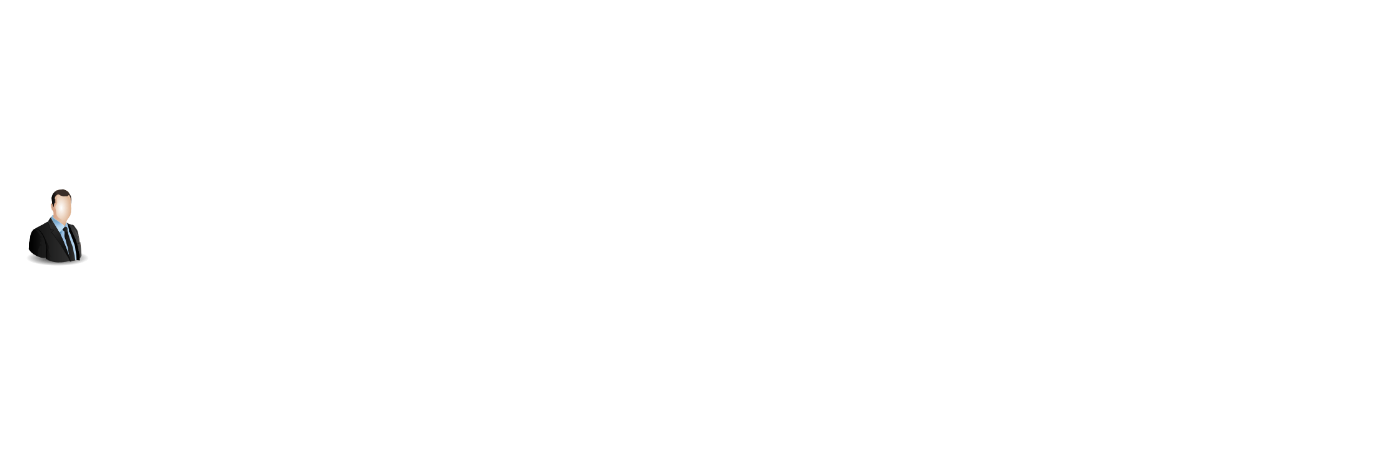
LuOyEbY/draw-b keeps this draw.io diagram as AI双呼需求.drawio. Above is the earlier version. Source tidied: cells renumbered, new cells numbered last; positions are measured from the earlier drawing's top-left corner, leaving out a move shared by most shapes. Both pictures are drawn from the tidied source at 100%, with x=0, y=0 at pixel (17, 187).
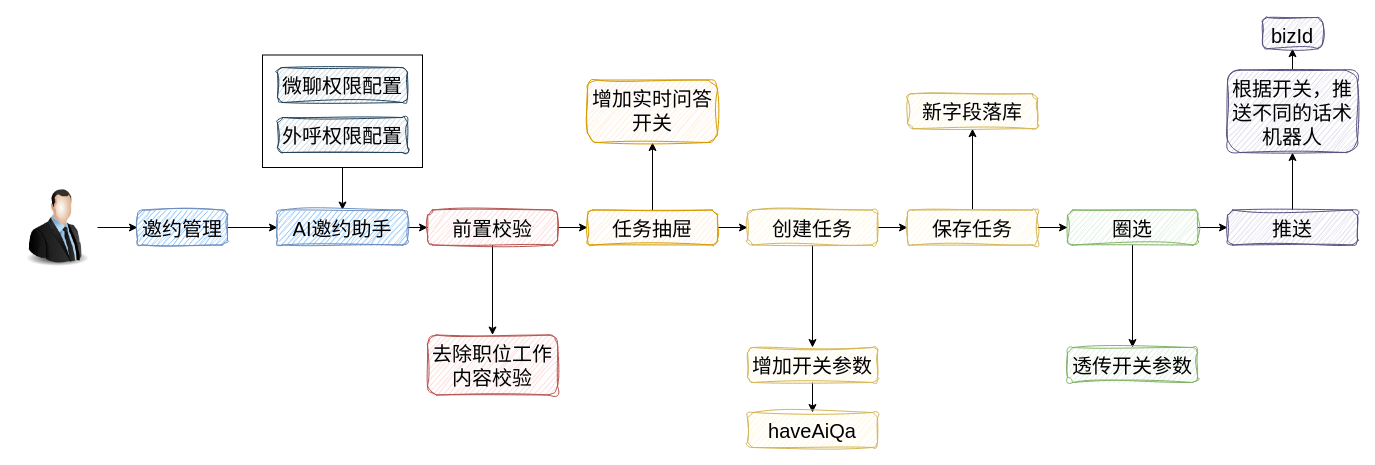
The same diagram, later.

Commit message:
更新AI双呼需求.drawio

The change refers to these unchanged cells:
```xml
<mxCell id="2" style="image;html=1;image=img/lib/clip_art/people/Suit_Man_128x128.png;" parent="1" vertex="1">
  <mxGeometry width="80" height="80" as="geometry" />
</mxCell>
```

The edit, as a diff of the source:
```diff
@@
+    <mxCell id="3" style="edgeStyle=orthogonalEdgeStyle;rounded=0;jettySize=auto;html=1;entryX=0.5;entryY=0;entryDx=0;entryDy=0;" parent="1" edge="1" source="4" target="9">
+      <mxGeometry relative="1" as="geometry" />
+    </mxCell>
+    <mxCell id="4" style="rounded=0;whiteSpace=wrap;html=1;" parent="1" vertex="1">
+      <mxGeometry x="245" y="-132.5" width="160" height="112.5" as="geometry" />
+    </mxCell>
+    <mxCell id="5" style="edgeStyle=orthogonalEdgeStyle;rounded=0;jettySize=auto;html=1;" parent="1" edge="1" source="2" target="7">
+      <mxGeometry relative="1" as="geometry" />
+    </mxCell>
@@
+    <mxCell id="6" style="edgeStyle=orthogonalEdgeStyle;rounded=0;jettySize=auto;html=1;" parent="1" edge="1" source="7" target="9">
+      <mxGeometry relative="1" as="geometry" />
+    </mxCell>
+    <mxCell id="7" value="邀约管理" style="rounded=1;whiteSpace=wrap;html=1;verticalAlign=top;labelBackgroundColor=none;fontSize=20;glass=0;shadow=0;sketch=1;curveFitting=1;jiggle=2;fillColor=#66B2FF;strokeColor=#6c8ebf;" parent="1" vertex="1">
+      <mxGeometry x="120" y="22.5" width="90" height="35" as="geometry" />
+    </mxCell>
+    <mxCell id="8" style="edgeStyle=orthogonalEdgeStyle;rounded=0;jettySize=auto;html=1;" parent="1" edge="1" source="9" target="14">
+      <mxGeometry relative="1" as="geometry" />
+    </mxCell>
+    <mxCell id="9" value="AI邀约助手" style="rounded=1;whiteSpace=wrap;html=1;verticalAlign=top;labelBackgroundColor=none;fontSize=20;glass=0;shadow=0;sketch=1;curveFitting=1;jiggle=2;fillColor=#66B2FF;strokeColor=#6c8ebf;" parent="1" vertex="1">
+      <mxGeometry x="260" y="22.5" width="130" height="35" as="geometry" />
+    </mxCell>
+    <mxCell id="10" value="微聊权限配置" style="rounded=1;whiteSpace=wrap;html=1;verticalAlign=top;labelBackgroundColor=none;fontSize=20;glass=0;shadow=0;sketch=1;curveFitting=1;jiggle=2;fillColor=#bac8d3;strokeColor=#23445d;" parent="1" vertex="1">
+      <mxGeometry x="260" y="-120" width="130" height="35" as="geometry" />
+    </mxCell>
+    <mxCell id="11" value="外呼权限配置" style="rounded=1;whiteSpace=wrap;html=1;verticalAlign=top;labelBackgroundColor=none;fontSize=20;glass=0;shadow=0;sketch=1;curveFitting=1;jiggle=2;fillColor=#bac8d3;strokeColor=#23445d;" parent="1" vertex="1">
+      <mxGeometry x="260" y="-70" width="130" height="35" as="geometry" />
+    </mxCell>
+    <mxCell id="12" style="edgeStyle=orthogonalEdgeStyle;rounded=0;jettySize=auto;html=1;" parent="1" edge="1" source="14" target="17">
+      <mxGeometry relative="1" as="geometry" />
+    </mxCell>
+    <mxCell id="13" style="edgeStyle=orthogonalEdgeStyle;rounded=0;jettySize=auto;html=1;" parent="1" edge="1" source="14" target="21">
+      <mxGeometry relative="1" as="geometry" />
+    </mxCell>
+    <mxCell id="14" value="前置校验" style="rounded=1;whiteSpace=wrap;html=1;verticalAlign=top;labelBackgroundColor=none;fontSize=20;glass=0;shadow=0;sketch=1;curveFitting=1;jiggle=2;fillColor=#f8cecc;strokeColor=#b85450;" parent="1" vertex="1">
+      <mxGeometry x="410" y="22.5" width="130" height="35" as="geometry" />
+    </mxCell>
+    <mxCell id="15" style="edgeStyle=orthogonalEdgeStyle;rounded=0;jettySize=auto;html=1;" parent="1" edge="1" source="17" target="20">
+      <mxGeometry relative="1" as="geometry" />
+    </mxCell>
+    <mxCell id="16" style="edgeStyle=orthogonalEdgeStyle;rounded=0;jettySize=auto;html=1;" parent="1" edge="1" source="17" target="22">
+      <mxGeometry relative="1" as="geometry" />
+    </mxCell>
+    <mxCell id="17" value="任务抽屉" style="rounded=1;whiteSpace=wrap;html=1;verticalAlign=top;labelBackgroundColor=none;fontSize=20;glass=0;shadow=0;sketch=1;curveFitting=1;jiggle=2;fillColor=#ffe6cc;strokeColor=#d79b00;" parent="1" vertex="1">
+      <mxGeometry x="570" y="22.5" width="130" height="35" as="geometry" />
+    </mxCell>
+    <mxCell id="18" style="edgeStyle=orthogonalEdgeStyle;rounded=0;jettySize=auto;html=1;" parent="1" edge="1" source="20" target="24">
+      <mxGeometry relative="1" as="geometry" />
+    </mxCell>
+    <mxCell id="19" style="edgeStyle=orthogonalEdgeStyle;rounded=0;jettySize=auto;html=1;" parent="1" edge="1" source="20" target="37">
+      <mxGeometry relative="1" as="geometry" />
+    </mxCell>
+    <mxCell id="20" value="创建任务" style="rounded=1;whiteSpace=wrap;html=1;verticalAlign=top;labelBackgroundColor=none;fontSize=20;glass=0;shadow=0;sketch=1;curveFitting=1;jiggle=2;fillColor=#fff2cc;strokeColor=#d6b656;" parent="1" vertex="1">
+      <mxGeometry x="730" y="22.5" width="130" height="35" as="geometry" />
+    </mxCell>
+    <mxCell id="21" value="去除职位工作内容校验" style="rounded=1;whiteSpace=wrap;html=1;verticalAlign=top;labelBackgroundColor=none;fontSize=20;glass=0;shadow=0;sketch=1;curveFitting=1;jiggle=2;fillColor=#f8cecc;strokeColor=#b85450;" parent="1" vertex="1">
+      <mxGeometry x="410" y="147.5" width="130" height="60" as="geometry" />
+    </mxCell>
+    <mxCell id="22" value="增加实时问答开关" style="rounded=1;whiteSpace=wrap;html=1;verticalAlign=top;labelBackgroundColor=none;fontSize=20;glass=0;shadow=0;sketch=1;curveFitting=1;jiggle=2;fillColor=#ffe6cc;strokeColor=#d79b00;" parent="1" vertex="1">
+      <mxGeometry x="570" y="-107.5" width="130" height="62.5" as="geometry" />
+    </mxCell>
+    <mxCell id="23" style="edgeStyle=orthogonalEdgeStyle;rounded=0;jettySize=auto;html=1;" parent="1" edge="1" source="24" target="34">
+      <mxGeometry relative="1" as="geometry" />
+    </mxCell>
+    <mxCell id="24" value="增加开关参数" style="rounded=1;whiteSpace=wrap;html=1;verticalAlign=top;labelBackgroundColor=none;fontSize=20;glass=0;shadow=0;sketch=1;curveFitting=1;jiggle=2;fillColor=#fff2cc;strokeColor=#d6b656;" parent="1" vertex="1">
+      <mxGeometry x="730" y="160" width="130" height="35" as="geometry" />
+    </mxCell>
+    <mxCell id="25" style="edgeStyle=orthogonalEdgeStyle;rounded=0;jettySize=auto;html=1;" parent="1" edge="1" source="27" target="29">
+      <mxGeometry relative="1" as="geometry" />
+    </mxCell>
+    <mxCell id="26" style="edgeStyle=orthogonalEdgeStyle;rounded=0;jettySize=auto;html=1;" parent="1" edge="1" source="27" target="30">
+      <mxGeometry relative="1" as="geometry" />
+    </mxCell>
+    <mxCell id="27" value="圈选" style="rounded=1;whiteSpace=wrap;html=1;verticalAlign=top;labelBackgroundColor=none;fontSize=20;glass=0;shadow=0;sketch=1;curveFitting=1;jiggle=2;fillColor=#d5e8d4;strokeColor=#82b366;" parent="1" vertex="1">
+      <mxGeometry x="1050" y="22.5" width="130" height="35" as="geometry" />
+    </mxCell>
+    <mxCell id="28" style="edgeStyle=orthogonalEdgeStyle;rounded=0;jettySize=auto;html=1;" parent="1" edge="1" source="29" target="32">
+      <mxGeometry relative="1" as="geometry" />
+    </mxCell>
+    <mxCell id="29" value="推送" style="rounded=1;whiteSpace=wrap;html=1;verticalAlign=top;labelBackgroundColor=none;fontSize=20;glass=0;shadow=0;sketch=1;curveFitting=1;jiggle=2;fillColor=#d0cee2;strokeColor=#56517e;" parent="1" vertex="1">
+      <mxGeometry x="1210" y="22.5" width="130" height="35" as="geometry" />
+    </mxCell>
+    <mxCell id="30" value="透传开关参数" style="rounded=1;whiteSpace=wrap;html=1;verticalAlign=top;labelBackgroundColor=none;fontSize=20;glass=0;shadow=0;sketch=1;curveFitting=1;jiggle=2;fillColor=#d5e8d4;strokeColor=#82b366;" parent="1" vertex="1">
+      <mxGeometry x="1050" y="160" width="130" height="35" as="geometry" />
+    </mxCell>
+    <mxCell id="31" style="edgeStyle=orthogonalEdgeStyle;rounded=0;jettySize=auto;html=1;" parent="1" edge="1" source="32" target="33">
+      <mxGeometry relative="1" as="geometry" />
+    </mxCell>
+    <mxCell id="32" value="根据开关，推送不同的话术机器人" style="rounded=1;whiteSpace=wrap;html=1;verticalAlign=top;labelBackgroundColor=none;fontSize=20;glass=0;shadow=0;sketch=1;curveFitting=1;jiggle=2;fillColor=#d0cee2;strokeColor=#56517e;" parent="1" vertex="1">
+      <mxGeometry x="1210" y="-117.5" width="130" height="82.5" as="geometry" />
+    </mxCell>
+    <mxCell id="33" value="bizId" style="rounded=1;whiteSpace=wrap;html=1;verticalAlign=top;labelBackgroundColor=none;fontSize=20;glass=0;shadow=0;sketch=1;curveFitting=1;jiggle=2;fillColor=#d0cee2;strokeColor=#56517e;" parent="1" vertex="1">
+      <mxGeometry x="1245" y="-170" width="60" height="31.2" as="geometry" />
+    </mxCell>
+    <mxCell id="34" value="haveAiQa" style="rounded=1;whiteSpace=wrap;html=1;verticalAlign=top;labelBackgroundColor=none;fontSize=20;glass=0;shadow=0;sketch=1;curveFitting=1;jiggle=2;fillColor=#fff2cc;strokeColor=#d6b656;" parent="1" vertex="1">
+      <mxGeometry x="730" y="225" width="130" height="35" as="geometry" />
+    </mxCell>
+    <mxCell id="35" style="edgeStyle=orthogonalEdgeStyle;rounded=0;jettySize=auto;html=1;" parent="1" edge="1" source="37" target="27">
+      <mxGeometry relative="1" as="geometry" />
+    </mxCell>
+    <mxCell id="36" style="edgeStyle=orthogonalEdgeStyle;rounded=0;jettySize=auto;html=1;" parent="1" edge="1" source="37" target="38">
+      <mxGeometry relative="1" as="geometry" />
+    </mxCell>
+    <mxCell id="37" value="保存任务" style="rounded=1;whiteSpace=wrap;html=1;verticalAlign=top;labelBackgroundColor=none;fontSize=20;glass=0;shadow=0;sketch=1;curveFitting=1;jiggle=2;fillColor=#fff2cc;strokeColor=#d6b656;" parent="1" vertex="1">
+      <mxGeometry x="890" y="22.5" width="130" height="35" as="geometry" />
+    </mxCell>
+    <mxCell id="38" value="新字段落库" style="rounded=1;whiteSpace=wrap;html=1;verticalAlign=top;labelBackgroundColor=none;fontSize=20;glass=0;shadow=0;sketch=1;curveFitting=1;jiggle=2;fillColor=#fff2cc;strokeColor=#d6b656;" parent="1" vertex="1">
+      <mxGeometry x="890" y="-93.8" width="130" height="35" as="geometry" />
+    </mxCell>
```
